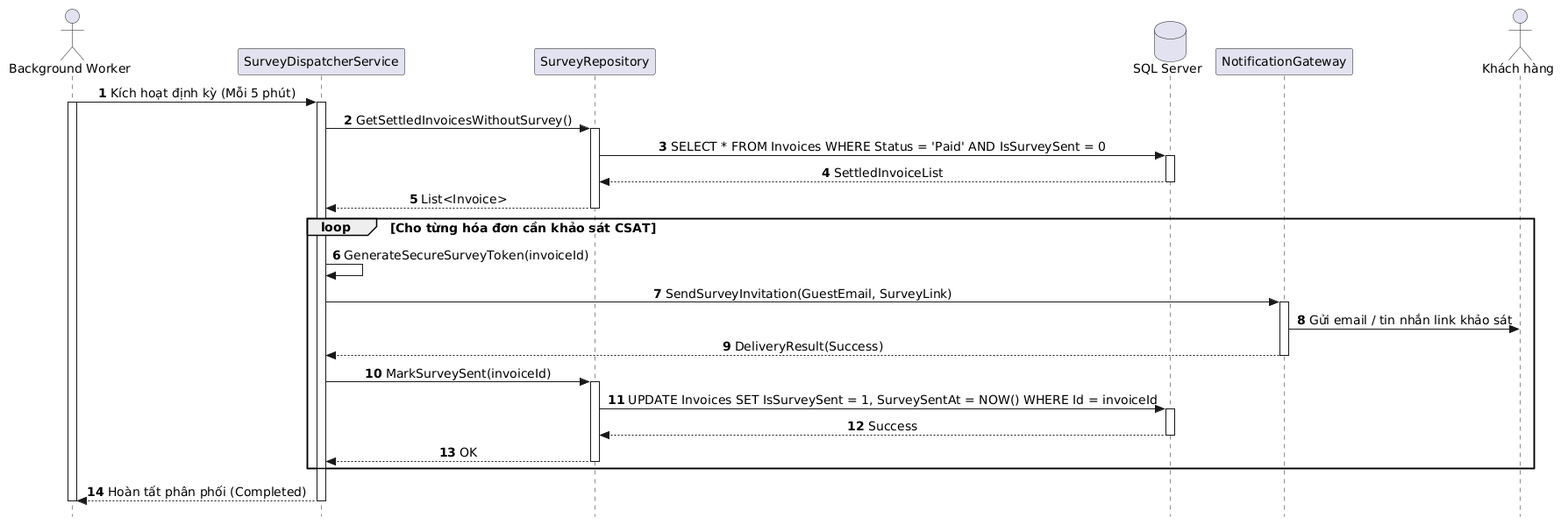
The PlantUML diagram out/docs/puml/sequences/SD_UC_S2_Gui_Bieu_Mau_Danh_Gia_Chat_Luong/SD_UC_S2_Gui_Bieu_Mau_Danh_Gia_Chat_Luong.png in AndrewQng/VinDining, before a commit. Its diagram source:
```plantuml
@startuml
autonumber
skinparam style strictuml
skinparam sequenceMessageAlign center
skinparam responseMessageBelowArrow true
skinparam defaultFontName "Segoe UI", Arial, sans-serif
skinparam defaultFontSize 14

actor "Background Worker" as Worker
participant "SurveyDispatcherService" as Service
participant "SurveyRepository" as Repo
database "SQL Server" as DB
participant "NotificationGateway" as Gateway
actor "Khách hàng" as Guest

Worker -> Service: Kích hoạt định kỳ (Mỗi 5 phút)
activate Worker
activate Service

Service -> Repo: GetSettledInvoicesWithoutSurvey()
activate Repo
Repo -> DB: SELECT * FROM Invoices WHERE Status = 'Paid' AND IsSurveySent = 0
activate DB
DB --> Repo: SettledInvoiceList
deactivate DB
Repo --> Service: List<Invoice>
deactivate Repo

loop Cho từng hóa đơn cần khảo sát CSAT
    Service -> Service: GenerateSecureSurveyToken(invoiceId)
    Service -> Gateway: SendSurveyInvitation(GuestEmail, SurveyLink)
    activate Gateway
    Gateway -> Guest: Gửi email / tin nhắn link khảo sát
    Gateway --> Service: DeliveryResult(Success)
    deactivate Gateway

    Service -> Repo: MarkSurveySent(invoiceId)
    activate Repo
    Repo -> DB: UPDATE Invoices SET IsSurveySent = 1, SurveySentAt = NOW() WHERE Id = invoiceId
    activate DB
    DB --> Repo: Success
    deactivate DB
    Repo --> Service: OK
    deactivate Repo
end

Service --> Worker: Hoàn tất phân phối (Completed)
deactivate Service
deactivate Worker
@enduml
```
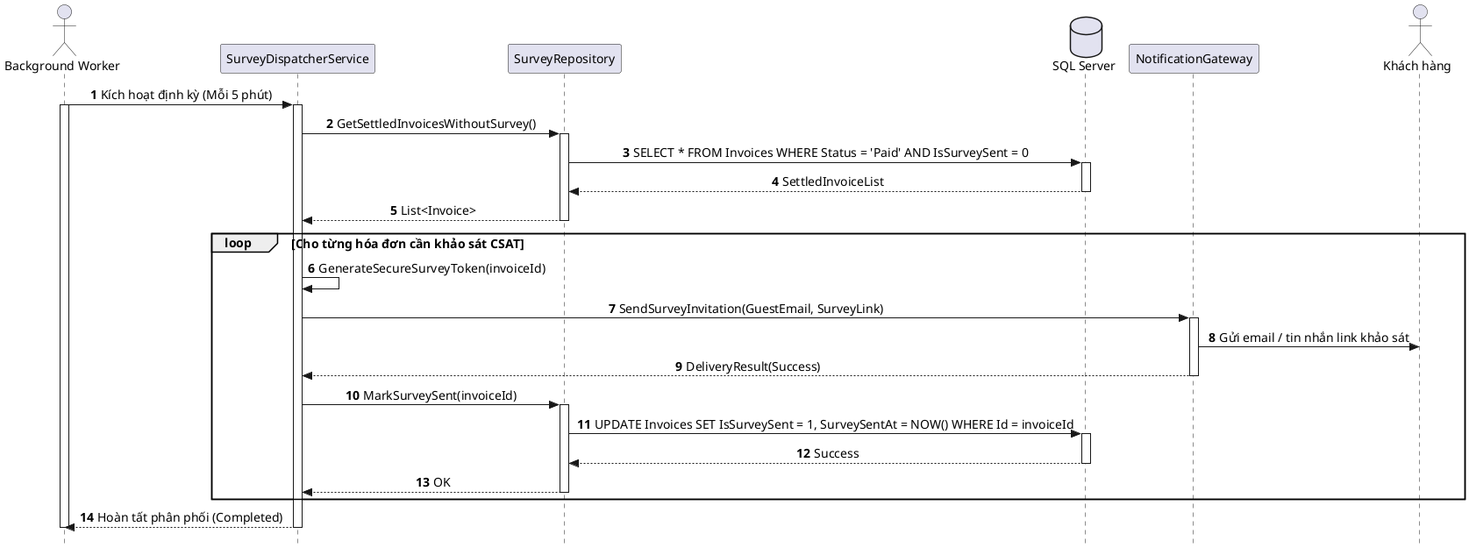
After the change.

Diff of the diagram source:
```diff
@@ -1,4 +1,4 @@
-@startuml
+@startuml SD_UC_S2_Gui_Bieu_Mau_Danh_Gia_Chat_Luong
 autonumber
 skinparam style strictuml
 skinparam sequenceMessageAlign center
```
